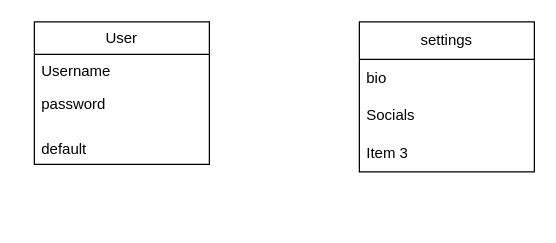
This is datamodeling.drawio from BradleyGilden/GitCraft, a draw.io file, before an edit. Source tidied: cells renumbered, new cells numbered last; positions are measured from the earlier drawing's top-left corner, leaving out a move shared by most shapes. Both pictures are drawn from the tidied source at 125%, with x=0, y=0 at pixel (34, 21).
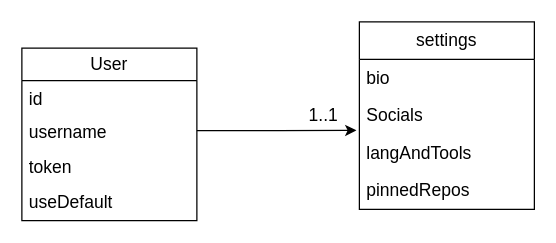
Above is the later version.

The edit, as a diff of the source:
```diff
@@
 <mxGraphModel>
   <root>
     <mxCell id="0" />
     <mxCell id="1" parent="0" />
-    <mxCell id="2" value="User" style="swimlane;fontStyle=0;horizontal=1;startSize=26;fillColor=none;whiteSpace=wrap;html=1;" parent="1" vertex="1">
-      <mxGeometry width="140" height="114" as="geometry" />
+    <mxCell id="2" value="User" style="swimlane;fontStyle=0;horizontal=1;startSize=26;fillColor=none;whiteSpace=wrap;html=1;fontSize=14;" parent="1" vertex="1">
+      <mxGeometry x="-10" y="21" width="140" height="138" as="geometry" />
     </mxCell>
-    <mxCell id="3" value="Username" style="text;strokeColor=none;fillColor=none;align=left;verticalAlign=top;spacingLeft=4;spacingRight=4;overflow=hidden;whiteSpace=wrap;html=1;" parent="2" vertex="1">
+    <mxCell id="3" value="id" style="text;strokeColor=none;fillColor=none;align=left;verticalAlign=top;spacingLeft=4;spacingRight=4;overflow=hidden;whiteSpace=wrap;html=1;fontSize=14;" parent="2" vertex="1">
       <mxGeometry y="26" width="140" height="26" as="geometry" />
     </mxCell>
-    <mxCell id="4" value="password" style="text;strokeColor=none;fillColor=none;align=left;verticalAlign=top;spacingLeft=4;spacingRight=4;overflow=hidden;points=[[0,0.5],[1,0.5]];portConstraint=eastwest;whiteSpace=wrap;html=1;" parent="2" vertex="1">
-      <mxGeometry y="52" width="140" height="36" as="geometry" />
+    <mxCell id="4" value="username" style="text;strokeColor=none;fillColor=none;align=left;verticalAlign=top;spacingLeft=4;spacingRight=4;overflow=hidden;points=[[0,0.5],[1,0.5]];portConstraint=eastwest;whiteSpace=wrap;html=1;fontSize=14;" parent="2" vertex="1">
+      <mxGeometry y="52" width="140" height="28" as="geometry" />
     </mxCell>
-    <mxCell id="5" value="default" style="text;strokeColor=none;fillColor=none;align=left;verticalAlign=top;spacingLeft=4;spacingRight=4;overflow=hidden;whiteSpace=wrap;html=1;" parent="2" vertex="1">
-      <mxGeometry y="88" width="140" height="26" as="geometry" />
+    <mxCell id="5" value="token" style="text;strokeColor=none;fillColor=none;align=left;verticalAlign=top;spacingLeft=4;spacingRight=4;overflow=hidden;whiteSpace=wrap;html=1;fontSize=14;" parent="2" vertex="1">
+      <mxGeometry y="80" width="140" height="28" as="geometry" />
     </mxCell>
+    <mxCell id="10" value="useDefault" style="text;strokeColor=none;fillColor=none;align=left;verticalAlign=middle;spacingLeft=4;spacingRight=4;overflow=hidden;whiteSpace=wrap;html=1;fontSize=14;" parent="2" vertex="1">
+      <mxGeometry y="108" width="140" height="30" as="geometry" />
+    </mxCell>
-    <mxCell id="6" value="settings" style="swimlane;fontStyle=0;horizontal=1;startSize=30;whiteSpace=wrap;html=1;" parent="1" vertex="1">
-      <mxGeometry x="260" width="140" height="120" as="geometry" />
+    <mxCell id="6" value="settings" style="swimlane;fontStyle=0;horizontal=1;startSize=30;whiteSpace=wrap;html=1;fontSize=14;" parent="1" vertex="1">
+      <mxGeometry x="260" width="140" height="150" as="geometry" />
     </mxCell>
-    <mxCell id="7" value="bio" style="text;strokeColor=none;fillColor=none;align=left;verticalAlign=middle;spacingLeft=4;spacingRight=4;overflow=hidden;whiteSpace=wrap;html=1;" parent="6" vertex="1">
+    <mxCell id="7" value="bio" style="text;strokeColor=none;fillColor=none;align=left;verticalAlign=middle;spacingLeft=4;spacingRight=4;overflow=hidden;whiteSpace=wrap;html=1;fontSize=14;" parent="6" vertex="1">
       <mxGeometry y="30" width="140" height="30" as="geometry" />
     </mxCell>
-    <mxCell id="8" value="Socials" style="text;strokeColor=none;fillColor=none;align=left;verticalAlign=middle;spacingLeft=4;spacingRight=4;overflow=hidden;points=[[0,0.5],[1,0.5]];portConstraint=eastwest;whiteSpace=wrap;html=1;" parent="6" vertex="1">
+    <mxCell id="8" value="Socials" style="text;strokeColor=none;fillColor=none;align=left;verticalAlign=middle;spacingLeft=4;spacingRight=4;overflow=hidden;points=[[0,0.5],[1,0.5]];portConstraint=eastwest;whiteSpace=wrap;html=1;fontSize=14;" parent="6" vertex="1">
       <mxGeometry y="60" width="140" height="30" as="geometry" />
     </mxCell>
-    <mxCell id="9" value="Item 3" style="text;strokeColor=none;fillColor=none;align=left;verticalAlign=middle;spacingLeft=4;spacingRight=4;overflow=hidden;whiteSpace=wrap;html=1;" parent="6" vertex="1">
-      <mxGeometry y="90" width="140" height="30" as="geometry" />
-    </mxCell>
+    <mxCell id="11" value="langAndTools" style="text;strokeColor=none;fillColor=none;align=left;verticalAlign=middle;spacingLeft=4;spacingRight=4;overflow=hidden;whiteSpace=wrap;html=1;fontSize=14;" parent="6" vertex="1">
+      <mxGeometry y="90" width="140" height="30" as="geometry" />
+    </mxCell>
+    <mxCell id="12" value="pinnedRepos" style="text;strokeColor=none;fillColor=none;align=left;verticalAlign=middle;spacingLeft=4;spacingRight=4;overflow=hidden;whiteSpace=wrap;html=1;fontSize=14;" parent="6" vertex="1">
+      <mxGeometry y="120" width="140" height="30" as="geometry" />
+    </mxCell>
+    <mxCell id="13" style="edgeStyle=orthogonalEdgeStyle;rounded=0;jettySize=auto;html=1;entryX=-0.017;entryY=0.893;entryDx=0;entryDy=0;entryPerimeter=0;fontSize=14;" parent="1" edge="1" source="4" target="8">
+      <mxGeometry relative="1" as="geometry" />
+    </mxCell>
+    <mxCell id="14" value="1..1" style="edgeLabel;html=1;align=center;verticalAlign=middle;fontSize=14;" parent="13" vertex="1">
+      <mxGeometry x="0.76" y="-1" relative="1" as="geometry">
+        <mxPoint x="-11" y="-13" as="offset" />
+      </mxGeometry>
+    </mxCell>
   </root>
 </mxGraphModel>
```
